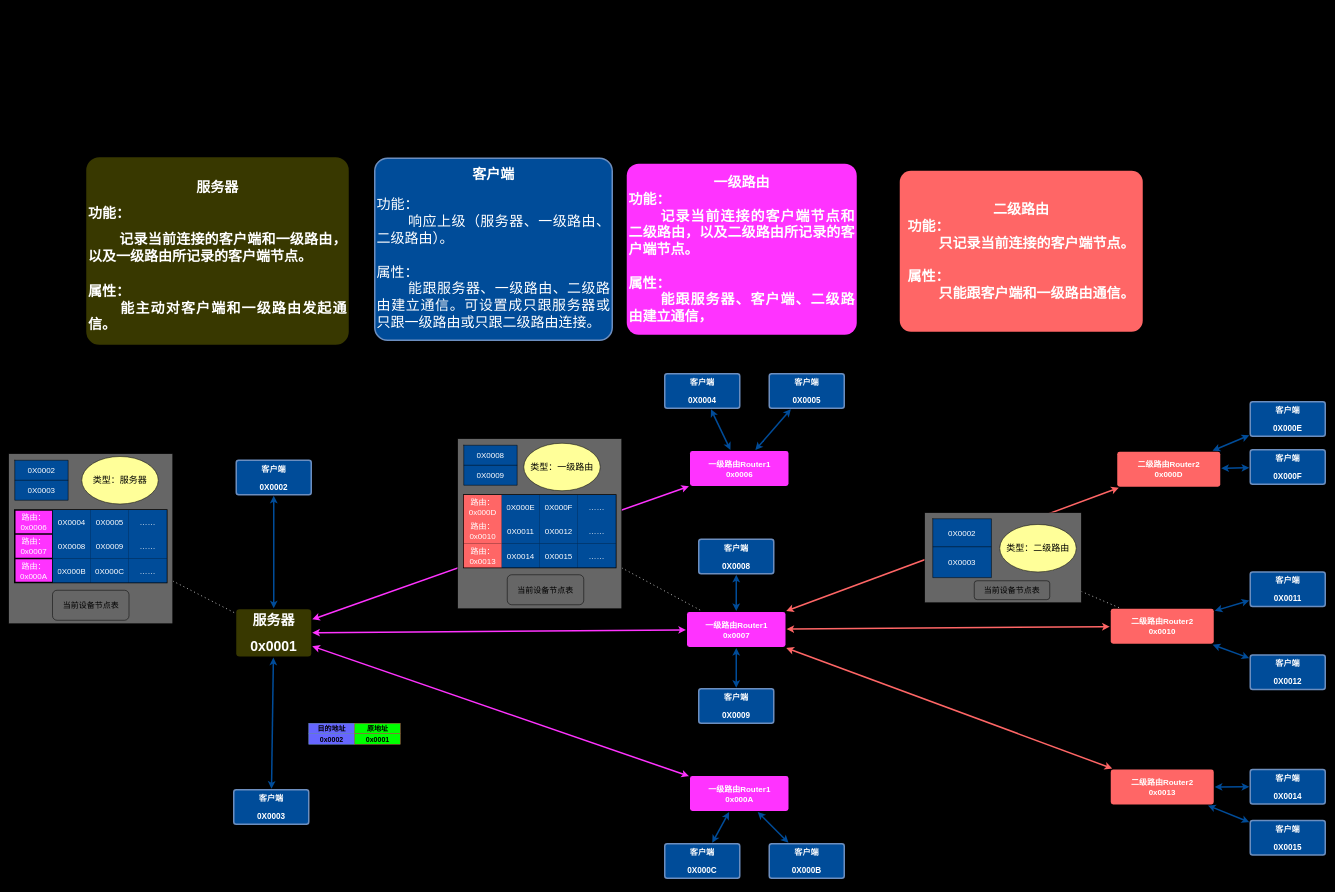
doctor1cong/draw_flow_chart keeps this draw.io diagram as draw_io_test/lora_router.drawio. Above is the earlier version. Source tidied: cells renumbered, new cells numbered last; positions are measured from the earlier drawing's top-left corner, leaving out a move shared by most shapes. Both pictures are drawn from the tidied source at 50%, with x=0, y=0 at pixel (8, 157).
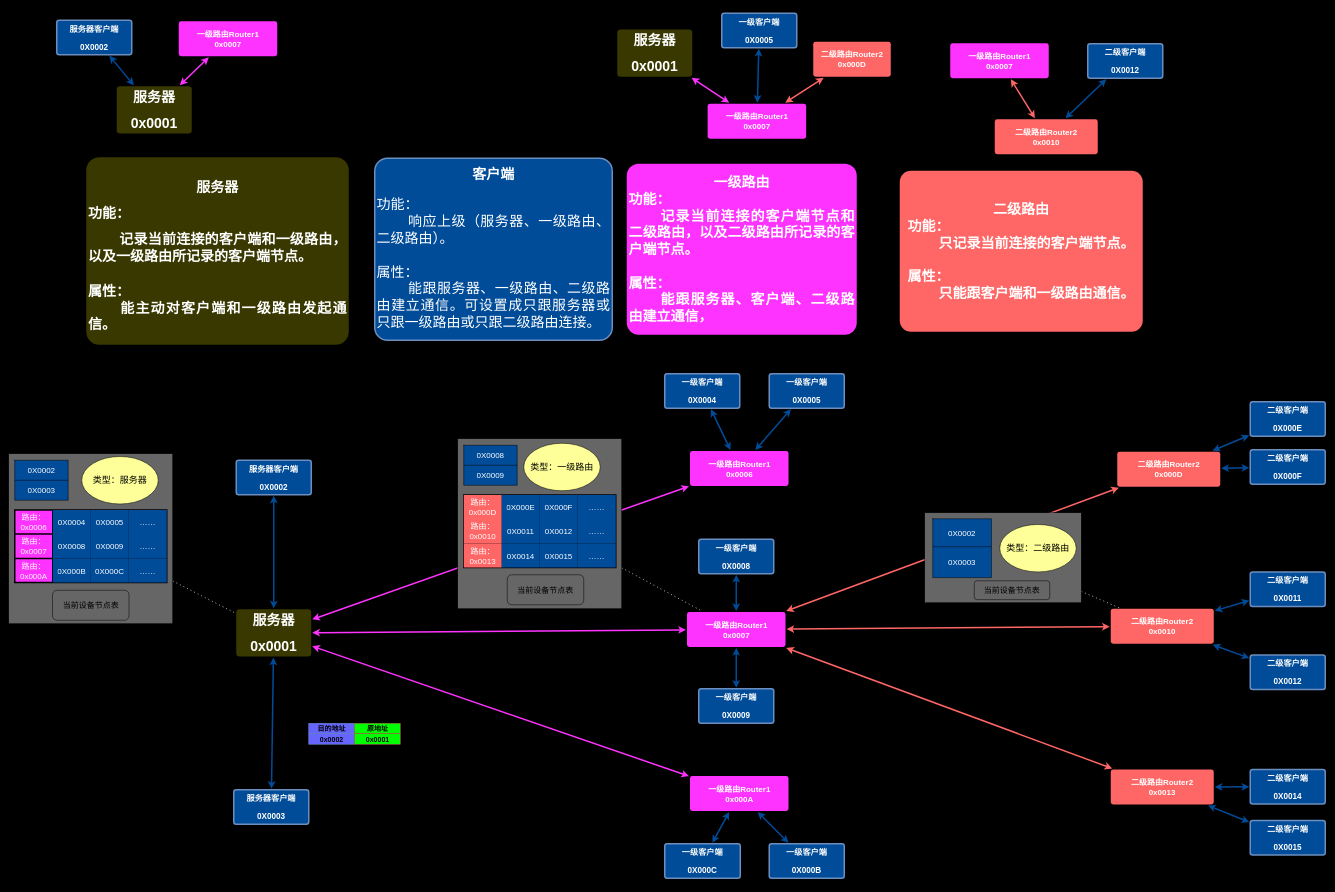
Above is the later version.

Diff of the diagram source:
```diff
@@
-    <mxCell id="6" value="&lt;h3&gt;&lt;font color=&quot;#ffffff&quot;&gt;客户端&lt;/font&gt;&lt;/h3&gt;&lt;h3&gt;&lt;font color=&quot;#ffffff&quot;&gt;0X0002&lt;/font&gt;&lt;/h3&gt;" style="rounded=1;whiteSpace=wrap;html=1;shadow=0;labelBackgroundColor=none;strokeWidth=3;fontFamily=Helvetica;fontSize=14;align=center;spacing=5;fontStyle=0;arcSize=7;perimeterSpacing=2;fillColor=#004C99;strokeColor=#6c8ebf;" parent="1" vertex="1">
+    <mxCell id="6" value="&lt;h3&gt;&lt;font color=&quot;#ffffff&quot;&gt;服务器客户端&lt;/font&gt;&lt;/h3&gt;&lt;h3&gt;&lt;font color=&quot;#ffffff&quot;&gt;0X0002&lt;/font&gt;&lt;/h3&gt;" style="rounded=1;whiteSpace=wrap;html=1;shadow=0;labelBackgroundColor=none;strokeWidth=3;fontFamily=Helvetica;fontSize=14;align=center;spacing=5;fontStyle=0;arcSize=7;perimeterSpacing=2;fillColor=#004C99;strokeColor=#6c8ebf;" parent="1" vertex="1">
       <mxGeometry x="455" y="606" width="150" height="69" as="geometry" />
     </mxCell>
@@
-    <mxCell id="19" value="&lt;h3&gt;&lt;font color=&quot;#ffffff&quot;&gt;客户端&lt;/font&gt;&lt;/h3&gt;&lt;h3&gt;&lt;font color=&quot;#ffffff&quot;&gt;0X0003&lt;/font&gt;&lt;/h3&gt;" style="rounded=1;whiteSpace=wrap;html=1;shadow=0;labelBackgroundColor=none;strokeWidth=3;fontFamily=Helvetica;fontSize=14;align=center;spacing=5;fontStyle=0;arcSize=7;perimeterSpacing=2;fillColor=#004C99;strokeColor=#6c8ebf;" parent="1" vertex="1">
+    <mxCell id="19" value="&lt;h3&gt;&lt;font color=&quot;#ffffff&quot;&gt;服务器客户端&lt;/font&gt;&lt;/h3&gt;&lt;h3&gt;&lt;font color=&quot;#ffffff&quot;&gt;0X0003&lt;/font&gt;&lt;/h3&gt;" style="rounded=1;whiteSpace=wrap;html=1;shadow=0;labelBackgroundColor=none;strokeWidth=3;fontFamily=Helvetica;fontSize=14;align=center;spacing=5;fontStyle=0;arcSize=7;perimeterSpacing=2;fillColor=#004C99;strokeColor=#6c8ebf;" parent="1" vertex="1">
       <mxGeometry x="450" y="1265" width="150" height="69" as="geometry" />
     </mxCell>
-    <mxCell id="20" value="&lt;h3&gt;&lt;font color=&quot;#ffffff&quot;&gt;客户端&lt;/font&gt;&lt;/h3&gt;&lt;h3&gt;&lt;font color=&quot;#ffffff&quot;&gt;0X0008&lt;/font&gt;&lt;/h3&gt;" style="rounded=1;whiteSpace=wrap;html=1;shadow=0;labelBackgroundColor=none;strokeWidth=3;fontFamily=Helvetica;fontSize=14;align=center;spacing=5;fontStyle=0;arcSize=7;perimeterSpacing=2;fillColor=#004C99;strokeColor=#6c8ebf;" parent="1" vertex="1">
+    <mxCell id="20" value="&lt;h3&gt;&lt;font color=&quot;#ffffff&quot;&gt;一级客户端&lt;/font&gt;&lt;/h3&gt;&lt;h3&gt;&lt;font color=&quot;#ffffff&quot;&gt;0X0008&lt;/font&gt;&lt;/h3&gt;" style="rounded=1;whiteSpace=wrap;html=1;shadow=0;labelBackgroundColor=none;strokeWidth=3;fontFamily=Helvetica;fontSize=14;align=center;spacing=5;fontStyle=0;arcSize=7;perimeterSpacing=2;fillColor=#004C99;strokeColor=#6c8ebf;" parent="1" vertex="1">
       <mxGeometry x="1380" y="764" width="150" height="69" as="geometry" />
     </mxCell>
-    <mxCell id="21" value="&lt;h3&gt;&lt;font color=&quot;#ffffff&quot;&gt;客户端&lt;/font&gt;&lt;/h3&gt;&lt;h3&gt;&lt;font color=&quot;#ffffff&quot;&gt;0X0009&lt;/font&gt;&lt;/h3&gt;" style="rounded=1;whiteSpace=wrap;html=1;shadow=0;labelBackgroundColor=none;strokeWidth=3;fontFamily=Helvetica;fontSize=14;align=center;spacing=5;fontStyle=0;arcSize=7;perimeterSpacing=2;fillColor=#004C99;strokeColor=#6c8ebf;" parent="1" vertex="1">
+    <mxCell id="21" value="&lt;h3&gt;&lt;font color=&quot;#ffffff&quot;&gt;一级客户端&lt;/font&gt;&lt;/h3&gt;&lt;h3&gt;&lt;font color=&quot;#ffffff&quot;&gt;0X0009&lt;/font&gt;&lt;/h3&gt;" style="rounded=1;whiteSpace=wrap;html=1;shadow=0;labelBackgroundColor=none;strokeWidth=3;fontFamily=Helvetica;fontSize=14;align=center;spacing=5;fontStyle=0;arcSize=7;perimeterSpacing=2;fillColor=#004C99;strokeColor=#6c8ebf;" parent="1" vertex="1">
       <mxGeometry x="1380" y="1063" width="150" height="69" as="geometry" />
     </mxCell>
@@
-    <mxCell id="26" value="&lt;h3&gt;&lt;font color=&quot;#ffffff&quot;&gt;客户端&lt;/font&gt;&lt;/h3&gt;&lt;h3&gt;&lt;font color=&quot;#ffffff&quot;&gt;0X000B&lt;/font&gt;&lt;/h3&gt;" style="rounded=1;whiteSpace=wrap;html=1;shadow=0;labelBackgroundColor=none;strokeWidth=3;fontFamily=Helvetica;fontSize=14;align=center;spacing=5;fontStyle=0;arcSize=7;perimeterSpacing=2;fillColor=#004C99;strokeColor=#6c8ebf;" parent="1" vertex="1">
+    <mxCell id="26" value="&lt;h3&gt;&lt;font color=&quot;#ffffff&quot;&gt;一级客户端&lt;/font&gt;&lt;/h3&gt;&lt;h3&gt;&lt;font color=&quot;#ffffff&quot;&gt;0X000B&lt;/font&gt;&lt;/h3&gt;" style="rounded=1;whiteSpace=wrap;html=1;shadow=0;labelBackgroundColor=none;strokeWidth=3;fontFamily=Helvetica;fontSize=14;align=center;spacing=5;fontStyle=0;arcSize=7;perimeterSpacing=2;fillColor=#004C99;strokeColor=#6c8ebf;" parent="1" vertex="1">
       <mxGeometry x="1521" y="1373" width="150" height="69" as="geometry" />
     </mxCell>
-    <mxCell id="27" value="&lt;h3&gt;&lt;font color=&quot;#ffffff&quot;&gt;客户端&lt;/font&gt;&lt;/h3&gt;&lt;h3&gt;&lt;font color=&quot;#ffffff&quot;&gt;0X000C&lt;/font&gt;&lt;/h3&gt;" style="rounded=1;whiteSpace=wrap;html=1;shadow=0;labelBackgroundColor=none;strokeWidth=3;fontFamily=Helvetica;fontSize=14;align=center;spacing=5;fontStyle=0;arcSize=7;perimeterSpacing=2;fillColor=#004C99;strokeColor=#6c8ebf;" parent="1" vertex="1">
-      <mxGeometry x="1312" y="1373" width="150" height="69" as="geometry" />
+    <mxCell id="27" value="&lt;h3&gt;&lt;font color=&quot;#ffffff&quot;&gt;一级客户端&lt;/font&gt;&lt;/h3&gt;&lt;h3&gt;&lt;font color=&quot;#ffffff&quot;&gt;0X000C&lt;/font&gt;&lt;/h3&gt;" style="rounded=1;whiteSpace=wrap;html=1;shadow=0;labelBackgroundColor=none;strokeWidth=3;fontFamily=Helvetica;fontSize=14;align=center;spacing=5;fontStyle=0;arcSize=7;perimeterSpacing=2;fillColor=#004C99;strokeColor=#6c8ebf;" parent="1" vertex="1">
+      <mxGeometry x="1312" y="1373" width="151" height="69" as="geometry" />
     </mxCell>
@@
-    <mxCell id="32" value="&lt;h3&gt;&lt;font color=&quot;#ffffff&quot;&gt;客户端&lt;/font&gt;&lt;/h3&gt;&lt;h3&gt;&lt;font color=&quot;#ffffff&quot;&gt;0X0004&lt;/font&gt;&lt;/h3&gt;" style="rounded=1;whiteSpace=wrap;html=1;shadow=0;labelBackgroundColor=none;strokeWidth=3;fontFamily=Helvetica;fontSize=14;align=center;spacing=5;fontStyle=0;arcSize=7;perimeterSpacing=2;fillColor=#004C99;strokeColor=#6c8ebf;" parent="1" vertex="1">
+    <mxCell id="32" value="&lt;h3&gt;&lt;font color=&quot;#ffffff&quot;&gt;一级客户端&lt;/font&gt;&lt;/h3&gt;&lt;h3&gt;&lt;font color=&quot;#ffffff&quot;&gt;0X0004&lt;/font&gt;&lt;/h3&gt;" style="rounded=1;whiteSpace=wrap;html=1;shadow=0;labelBackgroundColor=none;strokeWidth=3;fontFamily=Helvetica;fontSize=14;align=center;spacing=5;fontStyle=0;arcSize=7;perimeterSpacing=2;fillColor=#004C99;strokeColor=#6c8ebf;" parent="1" vertex="1">
       <mxGeometry x="1312" y="433" width="150" height="69" as="geometry" />
     </mxCell>
-    <mxCell id="33" value="&lt;h3&gt;&lt;font color=&quot;#ffffff&quot;&gt;客户端&lt;/font&gt;&lt;/h3&gt;&lt;h3&gt;&lt;font color=&quot;#ffffff&quot;&gt;0X0005&lt;/font&gt;&lt;/h3&gt;" style="rounded=1;whiteSpace=wrap;html=1;shadow=0;labelBackgroundColor=none;strokeWidth=3;fontFamily=Helvetica;fontSize=14;align=center;spacing=5;fontStyle=0;arcSize=7;perimeterSpacing=2;fillColor=#004C99;strokeColor=#6c8ebf;" parent="1" vertex="1">
+    <mxCell id="33" value="&lt;h3&gt;&lt;font color=&quot;#ffffff&quot;&gt;一级客户端&lt;/font&gt;&lt;/h3&gt;&lt;h3&gt;&lt;font color=&quot;#ffffff&quot;&gt;0X0005&lt;/font&gt;&lt;/h3&gt;" style="rounded=1;whiteSpace=wrap;html=1;shadow=0;labelBackgroundColor=none;strokeWidth=3;fontFamily=Helvetica;fontSize=14;align=center;spacing=5;fontStyle=0;arcSize=7;perimeterSpacing=2;fillColor=#004C99;strokeColor=#6c8ebf;" parent="1" vertex="1">
       <mxGeometry x="1521" y="433" width="150" height="69" as="geometry" />
     </mxCell>
-    <mxCell id="34" value="&lt;h3&gt;&lt;font color=&quot;#ffffff&quot;&gt;客户端&lt;/font&gt;&lt;/h3&gt;&lt;h3&gt;&lt;font color=&quot;#ffffff&quot;&gt;0X0011&lt;/font&gt;&lt;/h3&gt;" style="rounded=1;whiteSpace=wrap;html=1;shadow=0;labelBackgroundColor=none;strokeWidth=3;fontFamily=Helvetica;fontSize=14;align=center;spacing=5;fontStyle=0;arcSize=7;perimeterSpacing=2;fillColor=#004C99;strokeColor=#6c8ebf;" parent="1" vertex="1">
+    <mxCell id="34" value="&lt;h3&gt;&lt;font color=&quot;#ffffff&quot;&gt;二级客户端&lt;/font&gt;&lt;/h3&gt;&lt;h3&gt;&lt;font color=&quot;#ffffff&quot;&gt;0X0011&lt;/font&gt;&lt;/h3&gt;" style="rounded=1;whiteSpace=wrap;html=1;shadow=0;labelBackgroundColor=none;strokeWidth=3;fontFamily=Helvetica;fontSize=14;align=center;spacing=5;fontStyle=0;arcSize=7;perimeterSpacing=2;fillColor=#004C99;strokeColor=#6c8ebf;" parent="1" vertex="1">
       <mxGeometry x="2483" y="829.5" width="150" height="69" as="geometry" />
     </mxCell>
-    <mxCell id="35" value="&lt;h3&gt;&lt;font color=&quot;#ffffff&quot;&gt;客户端&lt;/font&gt;&lt;/h3&gt;&lt;h3&gt;&lt;font color=&quot;#ffffff&quot;&gt;0X0012&lt;/font&gt;&lt;/h3&gt;" style="rounded=1;whiteSpace=wrap;html=1;shadow=0;labelBackgroundColor=none;strokeWidth=3;fontFamily=Helvetica;fontSize=14;align=center;spacing=5;fontStyle=0;arcSize=7;perimeterSpacing=2;fillColor=#004C99;strokeColor=#6c8ebf;" parent="1" vertex="1">
+    <mxCell id="35" value="&lt;h3&gt;&lt;font color=&quot;#ffffff&quot;&gt;二级客户端&lt;/font&gt;&lt;/h3&gt;&lt;h3&gt;&lt;font color=&quot;#ffffff&quot;&gt;0X0012&lt;/font&gt;&lt;/h3&gt;" style="rounded=1;whiteSpace=wrap;html=1;shadow=0;labelBackgroundColor=none;strokeWidth=3;fontFamily=Helvetica;fontSize=14;align=center;spacing=5;fontStyle=0;arcSize=7;perimeterSpacing=2;fillColor=#004C99;strokeColor=#6c8ebf;" parent="1" vertex="1">
       <mxGeometry x="2483" y="995.5" width="150" height="69" as="geometry" />
     </mxCell>
@@
-    <mxCell id="42" value="&lt;h3&gt;&lt;font color=&quot;#ffffff&quot;&gt;客户端&lt;/font&gt;&lt;/h3&gt;&lt;h3&gt;&lt;font color=&quot;#ffffff&quot;&gt;0X000E&lt;/font&gt;&lt;/h3&gt;" style="rounded=1;whiteSpace=wrap;html=1;shadow=0;labelBackgroundColor=none;strokeWidth=3;fontFamily=Helvetica;fontSize=14;align=center;spacing=5;fontStyle=0;arcSize=7;perimeterSpacing=2;fillColor=#004C99;strokeColor=#6c8ebf;" parent="1" vertex="1">
+    <mxCell id="42" value="&lt;h3&gt;&lt;font color=&quot;#ffffff&quot;&gt;二级客户端&lt;/font&gt;&lt;/h3&gt;&lt;h3&gt;&lt;font color=&quot;#ffffff&quot;&gt;0X000E&lt;/font&gt;&lt;/h3&gt;" style="rounded=1;whiteSpace=wrap;html=1;shadow=0;labelBackgroundColor=none;strokeWidth=3;fontFamily=Helvetica;fontSize=14;align=center;spacing=5;fontStyle=0;arcSize=7;perimeterSpacing=2;fillColor=#004C99;strokeColor=#6c8ebf;" parent="1" vertex="1">
       <mxGeometry x="2483" y="489" width="150" height="69" as="geometry" />
     </mxCell>
-    <mxCell id="43" value="&lt;h3&gt;&lt;font color=&quot;#ffffff&quot;&gt;客户端&lt;/font&gt;&lt;/h3&gt;&lt;h3&gt;&lt;font color=&quot;#ffffff&quot;&gt;0X000F&lt;/font&gt;&lt;/h3&gt;" style="rounded=1;whiteSpace=wrap;html=1;shadow=0;labelBackgroundColor=none;strokeWidth=3;fontFamily=Helvetica;fontSize=14;align=center;spacing=5;fontStyle=0;arcSize=7;perimeterSpacing=2;fillColor=#004C99;strokeColor=#6c8ebf;" parent="1" vertex="1">
+    <mxCell id="43" value="&lt;h3&gt;&lt;font color=&quot;#ffffff&quot;&gt;二级客户端&lt;/font&gt;&lt;/h3&gt;&lt;h3&gt;&lt;font color=&quot;#ffffff&quot;&gt;0X000F&lt;/font&gt;&lt;/h3&gt;" style="rounded=1;whiteSpace=wrap;html=1;shadow=0;labelBackgroundColor=none;strokeWidth=3;fontFamily=Helvetica;fontSize=14;align=center;spacing=5;fontStyle=0;arcSize=7;perimeterSpacing=2;fillColor=#004C99;strokeColor=#6c8ebf;" parent="1" vertex="1">
       <mxGeometry x="2483" y="585" width="150" height="69" as="geometry" />
     </mxCell>
@@
-    <mxCell id="48" value="&lt;h3&gt;&lt;font color=&quot;#ffffff&quot;&gt;客户端&lt;/font&gt;&lt;/h3&gt;&lt;h3&gt;&lt;font color=&quot;#ffffff&quot;&gt;0X0014&lt;/font&gt;&lt;/h3&gt;" style="rounded=1;whiteSpace=wrap;html=1;shadow=0;labelBackgroundColor=none;strokeWidth=3;fontFamily=Helvetica;fontSize=14;align=center;spacing=5;fontStyle=0;arcSize=7;perimeterSpacing=2;fillColor=#004C99;strokeColor=#6c8ebf;" parent="1" vertex="1">
+    <mxCell id="48" value="&lt;h3&gt;&lt;font color=&quot;#ffffff&quot;&gt;二级客户端&lt;/font&gt;&lt;/h3&gt;&lt;h3&gt;&lt;font color=&quot;#ffffff&quot;&gt;0X0014&lt;/font&gt;&lt;/h3&gt;" style="rounded=1;whiteSpace=wrap;html=1;shadow=0;labelBackgroundColor=none;strokeWidth=3;fontFamily=Helvetica;fontSize=14;align=center;spacing=5;fontStyle=0;arcSize=7;perimeterSpacing=2;fillColor=#004C99;strokeColor=#6c8ebf;" parent="1" vertex="1">
       <mxGeometry x="2483" y="1224.5" width="150" height="69" as="geometry" />
     </mxCell>
-    <mxCell id="49" value="&lt;h3&gt;&lt;font color=&quot;#ffffff&quot;&gt;客户端&lt;/font&gt;&lt;/h3&gt;&lt;h3&gt;&lt;font color=&quot;#ffffff&quot;&gt;0X0015&lt;/font&gt;&lt;/h3&gt;" style="rounded=1;whiteSpace=wrap;html=1;shadow=0;labelBackgroundColor=none;strokeWidth=3;fontFamily=Helvetica;fontSize=14;align=center;spacing=5;fontStyle=0;arcSize=7;perimeterSpacing=2;fillColor=#004C99;strokeColor=#6c8ebf;" parent="1" vertex="1">
+    <mxCell id="49" value="&lt;h3&gt;&lt;font color=&quot;#ffffff&quot;&gt;二级客户端&lt;/font&gt;&lt;/h3&gt;&lt;h3&gt;&lt;font color=&quot;#ffffff&quot;&gt;0X0015&lt;/font&gt;&lt;/h3&gt;" style="rounded=1;whiteSpace=wrap;html=1;shadow=0;labelBackgroundColor=none;strokeWidth=3;fontFamily=Helvetica;fontSize=14;align=center;spacing=5;fontStyle=0;arcSize=7;perimeterSpacing=2;fillColor=#004C99;strokeColor=#6c8ebf;" parent="1" vertex="1">
       <mxGeometry x="2483" y="1326.5" width="150" height="69" as="geometry" />
     </mxCell>
@@
+    <mxCell id="114" value="一级路由&lt;span style=&quot;background-color: initial;&quot;&gt;Router1&lt;/span&gt;&lt;div&gt;&lt;span style=&quot;background-color: initial;&quot;&gt;0x0007&lt;/span&gt;&lt;/div&gt;" style="rounded=1;whiteSpace=wrap;html=1;shadow=0;labelBackgroundColor=none;strokeColor=none;strokeWidth=3;fillColor=#FF33FF;fontFamily=Helvetica;fontSize=16;fontColor=#FFFFFF;align=center;fontStyle=1;spacing=5;arcSize=7;perimeterSpacing=2;" parent="1" vertex="1">
+      <mxGeometry x="340" y="-272" width="197" height="70" as="geometry" />
+    </mxCell>
+    <mxCell id="115" style="edgeStyle=none;rounded=1;jumpStyle=none;html=1;shadow=0;labelBackgroundColor=none;startArrow=classic;startFill=1;jettySize=auto;strokeColor=#004C99;strokeWidth=3;fontFamily=Helvetica;fontSize=14;fontColor=#FFFFFF;spacing=5;fontStyle=1;fillColor=#b0e3e6;" parent="1" edge="1" source="116" target="117">
+      <mxGeometry relative="1" as="geometry" />
+    </mxCell>
+    <mxCell id="116" value="&lt;h1&gt;服务器&lt;/h1&gt;&lt;h1&gt;0x0001&lt;/h1&gt;" style="rounded=1;whiteSpace=wrap;html=1;shadow=0;labelBackgroundColor=none;strokeColor=none;strokeWidth=3;fillColor=#383800;fontFamily=Helvetica;fontSize=14;fontColor=#FFFFFF;align=center;spacing=5;fontStyle=1;arcSize=7;perimeterSpacing=2;horizontal=1;" parent="1" vertex="1">
+      <mxGeometry x="216" y="-142" width="150" height="94.5" as="geometry" />
+    </mxCell>
+    <mxCell id="117" value="&lt;h3&gt;&lt;font color=&quot;#ffffff&quot;&gt;服务器客户端&lt;/font&gt;&lt;/h3&gt;&lt;h3&gt;&lt;font color=&quot;#ffffff&quot;&gt;0X0002&lt;/font&gt;&lt;/h3&gt;" style="rounded=1;whiteSpace=wrap;html=1;shadow=0;labelBackgroundColor=none;strokeWidth=3;fontFamily=Helvetica;fontSize=14;align=center;spacing=5;fontStyle=0;arcSize=7;perimeterSpacing=2;fillColor=#004C99;strokeColor=#6c8ebf;" parent="1" vertex="1">
+      <mxGeometry x="96" y="-274" width="150" height="69" as="geometry" />
+    </mxCell>
+    <mxCell id="118" style="endArrow=classic;startArrow=classic;html=1;rounded=0;strokeColor=#FF33FF;strokeWidth=3;" parent="1" edge="1" source="116" target="114">
+      <mxGeometry relative="1" as="geometry" />
+    </mxCell>
+    <mxCell id="119" value="一级路由&lt;span style=&quot;background-color: initial;&quot;&gt;Router1&lt;/span&gt;&lt;div&gt;&lt;span style=&quot;background-color: initial;&quot;&gt;0x0007&lt;/span&gt;&lt;/div&gt;" style="rounded=1;whiteSpace=wrap;html=1;shadow=0;labelBackgroundColor=none;strokeColor=none;strokeWidth=3;fillColor=#FF33FF;fontFamily=Helvetica;fontSize=16;fontColor=#FFFFFF;align=center;fontStyle=1;spacing=5;arcSize=7;perimeterSpacing=2;" parent="1" vertex="1">
+      <mxGeometry x="1397.8" y="-107" width="197" height="70" as="geometry" />
+    </mxCell>
+    <mxCell id="120" value="&lt;h1&gt;服务器&lt;/h1&gt;&lt;h1&gt;0x0001&lt;/h1&gt;" style="rounded=1;whiteSpace=wrap;html=1;shadow=0;labelBackgroundColor=none;strokeColor=none;strokeWidth=3;fillColor=#383800;fontFamily=Helvetica;fontSize=14;fontColor=#FFFFFF;align=center;spacing=5;fontStyle=1;arcSize=7;perimeterSpacing=2;horizontal=1;" parent="1" vertex="1">
+      <mxGeometry x="1217" y="-255.5" width="150" height="94.5" as="geometry" />
+    </mxCell>
+    <mxCell id="121" style="endArrow=classic;startArrow=classic;html=1;rounded=0;strokeColor=#FF33FF;strokeWidth=3;" parent="1" edge="1" source="120" target="119">
+      <mxGeometry relative="1" as="geometry" />
+    </mxCell>
+    <mxCell id="122" style="edgeStyle=none;rounded=0;jumpStyle=none;html=1;shadow=0;labelBackgroundColor=none;startArrow=classic;startFill=1;endArrow=classic;endFill=1;jettySize=auto;strokeColor=#004C99;strokeWidth=3;fontFamily=Helvetica;fontSize=14;fontColor=#FFFFFF;spacing=5;" parent="1" edge="1" source="119" target="123">
+      <mxGeometry relative="1" as="geometry" />
+    </mxCell>
+    <mxCell id="123" value="&lt;h3&gt;&lt;font color=&quot;#ffffff&quot;&gt;一级客户端&lt;/font&gt;&lt;/h3&gt;&lt;h3&gt;&lt;font color=&quot;#ffffff&quot;&gt;0X0005&lt;/font&gt;&lt;/h3&gt;" style="rounded=1;whiteSpace=wrap;html=1;shadow=0;labelBackgroundColor=none;strokeWidth=3;fontFamily=Helvetica;fontSize=14;align=center;spacing=5;fontStyle=0;arcSize=7;perimeterSpacing=2;fillColor=#004C99;strokeColor=#6c8ebf;" parent="1" vertex="1">
+      <mxGeometry x="1426" y="-288" width="150" height="69" as="geometry" />
+    </mxCell>
+    <mxCell id="124" value="二级路由&lt;span style=&quot;background-color: initial;&quot;&gt;Router2&lt;/span&gt;&lt;div&gt;&lt;span style=&quot;background-color: initial;&quot;&gt;0x000D&lt;/span&gt;&lt;/div&gt;" style="rounded=1;whiteSpace=wrap;html=1;shadow=0;labelBackgroundColor=none;strokeColor=none;strokeWidth=3;fillColor=#FF6666;fontFamily=Helvetica;fontSize=16;fontColor=#FFFFFF;align=center;fontStyle=1;spacing=5;arcSize=7;perimeterSpacing=2;" parent="1" vertex="1">
+      <mxGeometry x="1609" y="-231" width="155" height="70" as="geometry" />
+    </mxCell>
+    <mxCell id="125" style="endArrow=classic;startArrow=classic;html=1;rounded=0;strokeColor=#FF6666;strokeWidth=3;" parent="1" edge="1" source="119" target="124">
+      <mxGeometry relative="1" as="geometry" />
+    </mxCell>
+    <mxCell id="126" value="一级路由&lt;span style=&quot;background-color: initial;&quot;&gt;Router1&lt;/span&gt;&lt;div&gt;&lt;span style=&quot;background-color: initial;&quot;&gt;0x0007&lt;/span&gt;&lt;/div&gt;" style="rounded=1;whiteSpace=wrap;html=1;shadow=0;labelBackgroundColor=none;strokeColor=none;strokeWidth=3;fillColor=#FF33FF;fontFamily=Helvetica;fontSize=16;fontColor=#FFFFFF;align=center;fontStyle=1;spacing=5;arcSize=7;perimeterSpacing=2;" parent="1" vertex="1">
+      <mxGeometry x="1883" y="-228" width="197" height="70" as="geometry" />
+    </mxCell>
+    <mxCell id="127" value="二级路由&lt;span style=&quot;background-color: initial;&quot;&gt;Router2&lt;/span&gt;&lt;div&gt;&lt;span style=&quot;background-color: initial;&quot;&gt;0x0010&lt;/span&gt;&lt;/div&gt;" style="rounded=1;whiteSpace=wrap;html=1;shadow=0;labelBackgroundColor=none;strokeColor=none;strokeWidth=3;fillColor=#FF6666;fontFamily=Helvetica;fontSize=16;fontColor=#FFFFFF;align=center;fontStyle=1;spacing=5;arcSize=7;perimeterSpacing=2;" parent="1" vertex="1">
+      <mxGeometry x="1972" y="-76" width="206" height="70" as="geometry" />
+    </mxCell>
+    <mxCell id="128" style="edgeStyle=none;rounded=0;jumpStyle=none;html=1;shadow=0;labelBackgroundColor=none;startArrow=classic;startFill=1;endArrow=classic;endFill=1;jettySize=auto;strokeColor=#004C99;strokeWidth=3;fontFamily=Helvetica;fontSize=14;fontColor=#FFFFFF;spacing=5;" parent="1" edge="1" source="127" target="130">
+      <mxGeometry relative="1" as="geometry" />
+    </mxCell>
+    <mxCell id="129" style="endArrow=classic;startArrow=classic;html=1;rounded=0;strokeColor=#FF6666;strokeWidth=3;" parent="1" edge="1" source="126" target="127">
+      <mxGeometry relative="1" as="geometry" />
+    </mxCell>
+    <mxCell id="130" value="&lt;h3&gt;&lt;font color=&quot;#ffffff&quot;&gt;二级客户端&lt;/font&gt;&lt;/h3&gt;&lt;h3&gt;&lt;font color=&quot;#ffffff&quot;&gt;0X0012&lt;/font&gt;&lt;/h3&gt;" style="rounded=1;whiteSpace=wrap;html=1;shadow=0;labelBackgroundColor=none;strokeWidth=3;fontFamily=Helvetica;fontSize=14;align=center;spacing=5;fontStyle=0;arcSize=7;perimeterSpacing=2;fillColor=#004C99;strokeColor=#6c8ebf;" parent="1" vertex="1">
+      <mxGeometry x="2158" y="-227" width="150" height="69" as="geometry" />
+    </mxCell>
```
